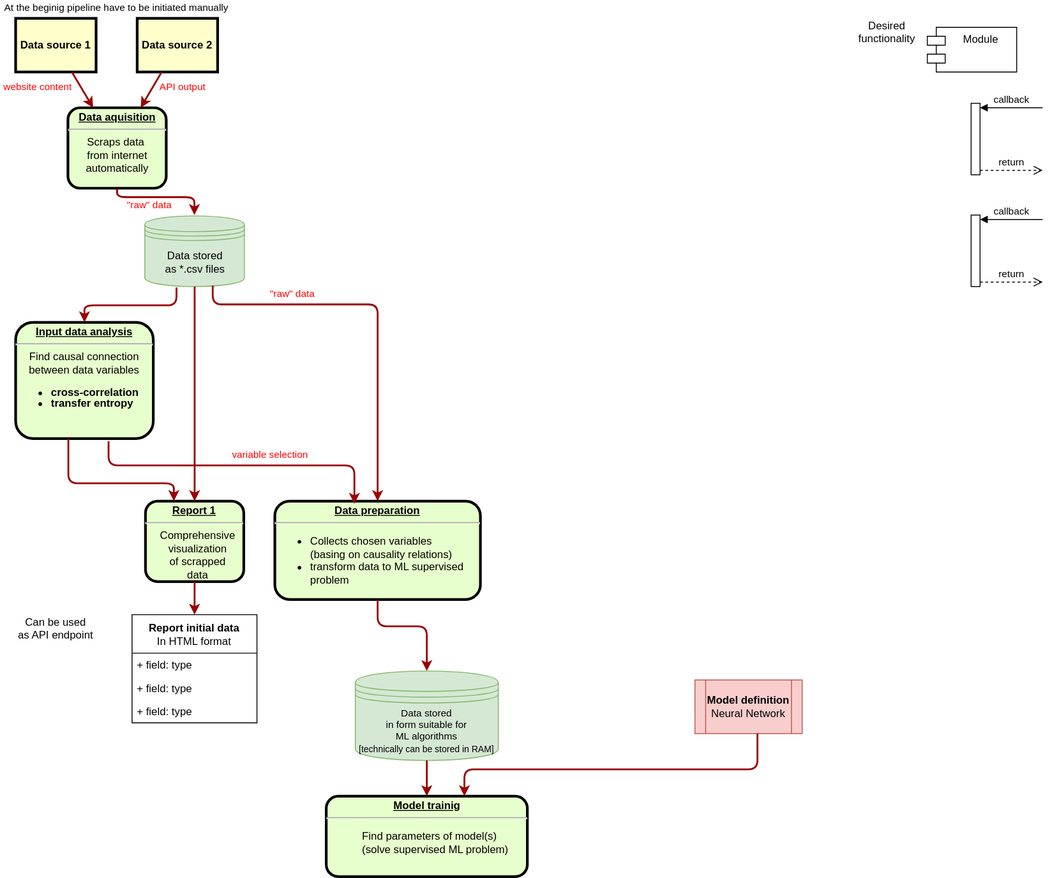
Above: readme/Kopia Diagram bez tytułu.drawio.svg in KKobuszewski/aluminium-prediction (draw.io), before the change. Source tidied: cells renumbered, new cells last; positions are measured from the earlier drawing's top-left corner, leaving out a move shared by most shapes.
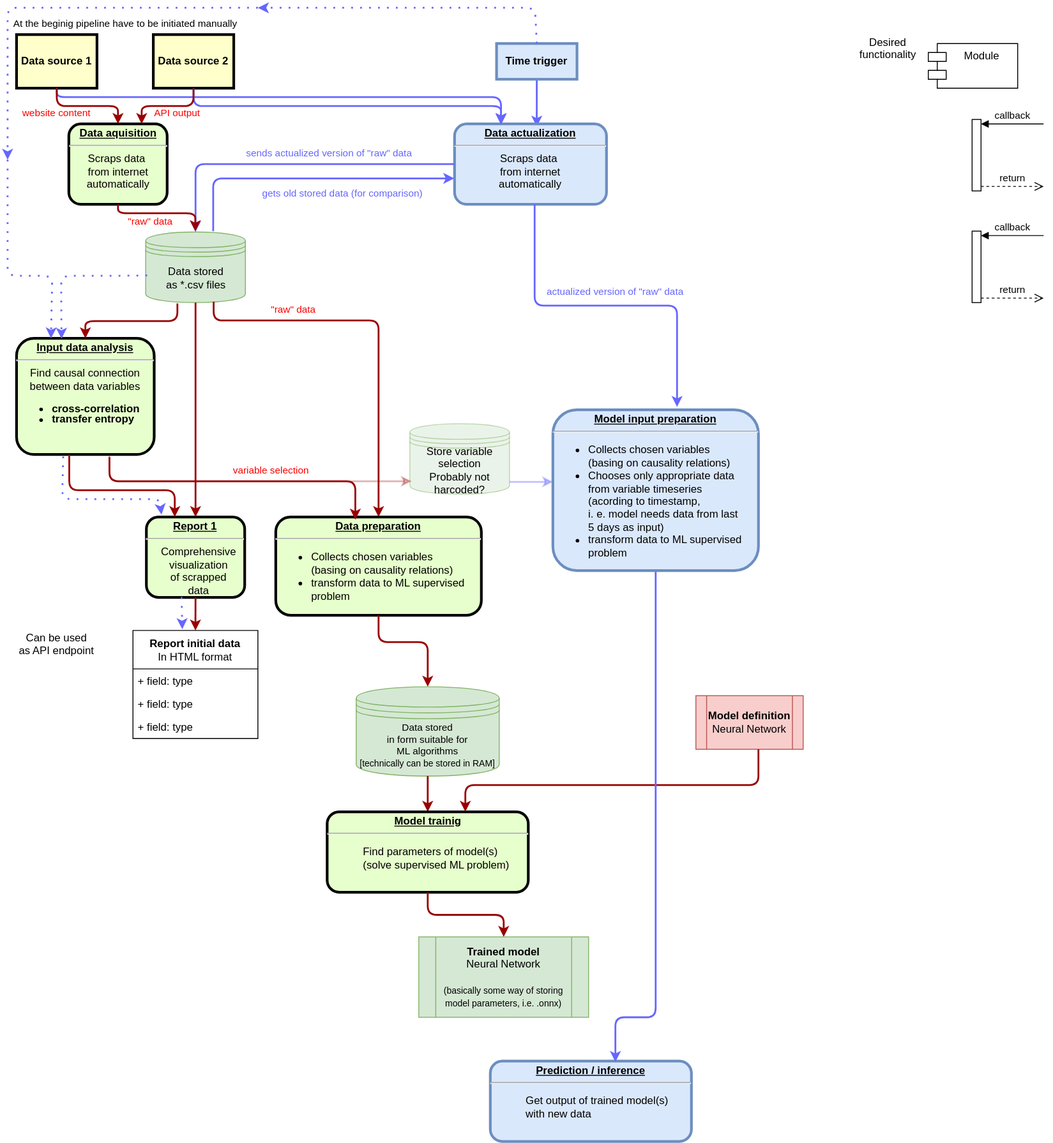
After the commit.

What changed in the source:
```diff
@@ -6,7 +6,7 @@
       <mxGeometry x="75.5" y="120" width="110" height="90" as="geometry" />
     </mxCell>
     <mxCell id="3" value="Data source 2" style="whiteSpace=wrap;align=center;verticalAlign=middle;fontStyle=1;strokeWidth=3;fillColor=#FFFFCC;" parent="1" vertex="1">
-      <mxGeometry x="153" y="20" width="90" height="60" as="geometry" />
+      <mxGeometry x="170" y="20" width="90" height="60" as="geometry" />
     </mxCell>
     <mxCell id="4" value="Data source 1" style="whiteSpace=wrap;align=center;verticalAlign=middle;fontStyle=1;strokeWidth=3;fillColor=#FFFFCC;" parent="1" vertex="1">
       <mxGeometry x="17" y="20" width="90" height="60" as="geometry" />
@@ -14,26 +14,15 @@
     <mxCell id="5" value="&lt;p style=&quot;margin: 0px; margin-top: 4px; text-align: center; text-decoration: underline;&quot;&gt;&lt;strong&gt;Report 1&lt;br&gt;&lt;/strong&gt;&lt;/p&gt;&lt;hr&gt;&lt;p style=&quot;margin: 0px; margin-left: 8px;&quot;&gt;&lt;span style=&quot;font-weight: normal;&quot;&gt;Comprehensive&lt;/span&gt;&lt;/p&gt;&lt;p style=&quot;margin: 0px; margin-left: 8px;&quot;&gt;&lt;span style=&quot;font-weight: normal;&quot;&gt;visualization&lt;/span&gt;&lt;/p&gt;&lt;p style=&quot;margin: 0px; margin-left: 8px;&quot;&gt;&lt;span style=&quot;font-weight: normal;&quot;&gt;of scrapped&lt;/span&gt;&lt;/p&gt;&lt;p style=&quot;margin: 0px; margin-left: 8px;&quot;&gt;&lt;span style=&quot;font-weight: normal;&quot;&gt;data&lt;/span&gt;&lt;br&gt;&lt;/p&gt;" style="verticalAlign=middle;align=center;overflow=fill;fontSize=12;fontFamily=Helvetica;html=1;rounded=1;fontStyle=1;strokeWidth=3;fillColor=#E6FFCC;" parent="1" vertex="1">
       <mxGeometry x="162.2" y="560" width="110" height="90" as="geometry" />
     </mxCell>
-    <mxCell id="6" style="edgeStyle=none;noEdgeStyle=1;strokeColor=#990000;strokeWidth=2;" parent="1" edge="1" source="3" target="2">
+    <mxCell id="6" style="edgeStyle=none;noEdgeStyle=1;strokeColor=#6666FF;strokeWidth=2;entryX=0.541;entryY=0.033;entryDx=0;entryDy=0;entryPerimeter=0;exitX=0.5;exitY=1;exitDx=0;exitDy=0;" parent="1" edge="1" source="50" target="47">
       <mxGeometry relative="1" as="geometry" />
     </mxCell>
-    <mxCell id="7" style="edgeStyle=none;noEdgeStyle=1;strokeColor=#990000;strokeWidth=2;" parent="1" edge="1" source="4" target="2">
-      <mxGeometry relative="1" as="geometry" />
-    </mxCell>
     <mxCell id="8" value="Desired &#10;functionality" style="text;spacingTop=-5;align=center;" parent="1" vertex="1">
       <mxGeometry x="977" y="20" width="30" height="20" as="geometry" />
     </mxCell>
     <mxCell id="9" value="At the beginig pipeline have to be initiated manually" style="text;spacingTop=-5;align=center;fontSize=11;" parent="1" vertex="1">
-      <mxGeometry width="260" height="20" as="geometry" />
+      <mxGeometry x="9" width="260" height="20" as="geometry" />
     </mxCell>
-    <mxCell id="10" style="edgeStyle=elbowEdgeStyle;elbow=vertical;strokeColor=#990000;strokeWidth=2;exitX=0.5;exitY=1;exitDx=0;exitDy=0;" parent="1" edge="1" source="2">
-      <mxGeometry relative="1" as="geometry">
-        <mxPoint x="217" y="240" as="targetPoint" />
-        <Array as="points">
-          <mxPoint x="177" y="220" />
-        </Array>
-      </mxGeometry>
-    </mxCell>
     <mxCell id="11" value="Module" style="shape=module;align=left;spacingLeft=20;align=center;verticalAlign=top;whiteSpace=wrap;html=1;" parent="1" vertex="1">
       <mxGeometry x="1037" y="30" width="100" height="50" as="geometry" />
     </mxCell>
@@ -127,7 +116,7 @@
       <mxGeometry relative="1" as="geometry">
         <mxPoint x="194" y="560" as="targetPoint" />
         <Array as="points">
-          <mxPoint x="137" y="540" />
+          <mxPoint x="137" y="530" />
         </Array>
       </mxGeometry>
     </mxCell>
@@ -164,10 +153,147 @@
       <mxGeometry x="127" y="221" width="80" height="20" as="geometry" />
     </mxCell>
     <mxCell id="41" value="website content" style="text;spacingTop=-5;align=center;fontSize=11;fontColor=#FF0000;" parent="1" vertex="1">
-      <mxGeometry x="2" y="89" width="80" height="20" as="geometry" />
+      <mxGeometry x="22" y="100" width="80" height="20" as="geometry" />
     </mxCell>
     <mxCell id="42" value="API output" style="text;spacingTop=-5;align=center;fontSize=11;fontColor=#FF0000;" parent="1" vertex="1">
-      <mxGeometry x="164.1" y="89" width="80" height="20" as="geometry" />
+      <mxGeometry x="157" y="100" width="80" height="20" as="geometry" />
     </mxCell>
+    <mxCell id="43" value="&lt;div&gt;&lt;b&gt;Trained model&lt;/b&gt;&lt;br&gt;&lt;/div&gt;&lt;div&gt;Neural Network&lt;/div&gt;&lt;div&gt;&lt;br&gt;&lt;/div&gt;&lt;div&gt;&lt;font style=&quot;font-size: 10px;&quot;&gt;(basically some way of storing model parameters, i.e. .onnx)&lt;/font&gt;&lt;br&gt;&lt;/div&gt;" style="shape=process;whiteSpace=wrap;html=1;backgroundOutline=1;fillColor=#d5e8d4;strokeColor=#82b366;" parent="1" vertex="1">
+      <mxGeometry x="467" y="1030" width="190" height="90" as="geometry" />
+    </mxCell>
+    <mxCell id="44" style="edgeStyle=elbowEdgeStyle;elbow=vertical;strokeColor=#990000;strokeWidth=2;entryX=0.5;entryY=0;entryDx=0;entryDy=0;exitX=0.5;exitY=1;exitDx=0;exitDy=0;" parent="1" edge="1" source="35" target="43">
+      <mxGeometry relative="1" as="geometry" />
+    </mxCell>
+    <mxCell id="45" value="&lt;p style=&quot;margin: 0px; margin-top: 4px; text-align: center; text-decoration: underline;&quot;&gt;&lt;strong&gt;Prediction / inference&lt;br&gt;&lt;/strong&gt;&lt;/p&gt;&lt;hr&gt;&lt;blockquote&gt;&lt;div align=&quot;left&quot;&gt;&lt;span style=&quot;font-weight: normal;&quot;&gt;Get output of trained model(s)&lt;/span&gt;&lt;/div&gt;&lt;div align=&quot;left&quot;&gt;&lt;span style=&quot;font-weight: normal;&quot;&gt;with new data&lt;br&gt;&lt;/span&gt;&lt;/div&gt;&lt;/blockquote&gt;" style="verticalAlign=middle;align=center;overflow=fill;fontSize=12;fontFamily=Helvetica;html=1;rounded=1;fontStyle=1;strokeWidth=3;fillColor=#dae8fc;strokeColor=#6c8ebf;" parent="1" vertex="1">
+      <mxGeometry x="547" y="1169" width="225" height="90" as="geometry" />
+    </mxCell>
+    <mxCell id="46" style="edgeStyle=elbowEdgeStyle;elbow=vertical;strokeColor=#6666FF;strokeWidth=2;entryX=0.622;entryY=0.011;entryDx=0;entryDy=0;entryPerimeter=0;exitX=0.5;exitY=1;exitDx=0;exitDy=0;" parent="1" edge="1" source="60" target="45">
+      <mxGeometry relative="1" as="geometry">
+        <Array as="points">
+          <mxPoint x="717" y="1120" />
+        </Array>
+      </mxGeometry>
+    </mxCell>
+    <mxCell id="47" value="&lt;p style=&quot;margin: 0px; margin-top: 4px; text-align: center; text-decoration: underline;&quot;&gt;&lt;strong&gt;Data actualization&lt;br&gt;&lt;/strong&gt;&lt;/p&gt;&lt;hr&gt;&lt;div&gt;&lt;span style=&quot;font-weight: normal;&quot;&gt;Scraps data&amp;nbsp;&lt;/span&gt;&lt;/div&gt;&lt;div&gt;&lt;span style=&quot;font-weight: normal;&quot;&gt;from internet&lt;/span&gt;&lt;/div&gt;&lt;div&gt;&lt;span style=&quot;font-weight: normal;&quot;&gt;automatically&lt;/span&gt;&lt;/div&gt;" style="verticalAlign=middle;align=center;overflow=fill;fontSize=12;fontFamily=Helvetica;html=1;rounded=1;fontStyle=1;strokeWidth=3;fillColor=#dae8fc;strokeColor=#6c8ebf;" parent="1" vertex="1">
+      <mxGeometry x="507" y="120" width="170" height="90" as="geometry" />
+    </mxCell>
+    <mxCell id="48" style="edgeStyle=elbowEdgeStyle;elbow=vertical;strokeColor=#6666FF;strokeWidth=2;entryX=0.306;entryY=0.011;entryDx=0;entryDy=0;exitX=0.5;exitY=1;exitDx=0;exitDy=0;entryPerimeter=0;" parent="1" edge="1" source="4" target="47">
+      <mxGeometry relative="1" as="geometry">
+        <Array as="points">
+          <mxPoint x="327" y="90" />
+        </Array>
+      </mxGeometry>
+    </mxCell>
+    <mxCell id="49" style="edgeStyle=elbowEdgeStyle;elbow=vertical;strokeColor=#6666FF;strokeWidth=2;exitX=0.5;exitY=1;exitDx=0;exitDy=0;entryX=0.306;entryY=0;entryDx=0;entryDy=0;entryPerimeter=0;" parent="1" edge="1" source="3" target="47">
+      <mxGeometry relative="1" as="geometry" />
+    </mxCell>
+    <mxCell id="50" value="Time trigger" style="whiteSpace=wrap;align=center;verticalAlign=middle;fontStyle=1;strokeWidth=3;fillColor=#dae8fc;strokeColor=#6c8ebf;" parent="1" vertex="1">
+      <mxGeometry x="554" y="30" width="90" height="40" as="geometry" />
+    </mxCell>
+    <mxCell id="51" style="edgeStyle=elbowEdgeStyle;elbow=vertical;strokeColor=#6666FF;strokeWidth=2;exitX=0;exitY=0.5;exitDx=0;exitDy=0;entryX=0.5;entryY=0;entryDx=0;entryDy=0;" parent="1" edge="1" source="47" target="15">
+      <mxGeometry relative="1" as="geometry">
+        <Array as="points">
+          <mxPoint x="397" y="165" />
+        </Array>
+      </mxGeometry>
+    </mxCell>
+    <mxCell id="52" style="edgeStyle=elbowEdgeStyle;elbow=vertical;strokeColor=#6666FF;strokeWidth=2;entryX=-0.002;entryY=0.67;entryDx=0;entryDy=0;entryPerimeter=0;" parent="1" edge="1" target="47">
+      <mxGeometry relative="1" as="geometry">
+        <mxPoint x="237" y="240" as="sourcePoint" />
+        <Array as="points">
+          <mxPoint x="337" y="181" />
+        </Array>
+      </mxGeometry>
+    </mxCell>
+    <mxCell id="10" style="edgeStyle=elbowEdgeStyle;elbow=vertical;strokeColor=#990000;strokeWidth=2;exitX=0.5;exitY=1;exitDx=0;exitDy=0;" parent="1" edge="1" source="2">
+      <mxGeometry relative="1" as="geometry">
+        <mxPoint x="217" y="240" as="targetPoint" />
+        <Array as="points">
+          <mxPoint x="177" y="220" />
+        </Array>
+      </mxGeometry>
+    </mxCell>
+    <mxCell id="7" style="edgeStyle=elbowEdgeStyle;elbow=vertical;strokeColor=#990000;strokeWidth=2;exitX=0.5;exitY=1;exitDx=0;exitDy=0;entryX=0.5;entryY=0;entryDx=0;entryDy=0;" parent="1" edge="1" source="4" target="2">
+      <mxGeometry relative="1" as="geometry" />
+    </mxCell>
+    <mxCell id="53" style="edgeStyle=elbowEdgeStyle;elbow=vertical;strokeColor=#990000;strokeWidth=2;exitX=0.5;exitY=1;exitDx=0;exitDy=0;" parent="1" edge="1" source="3">
+      <mxGeometry relative="1" as="geometry">
+        <mxPoint x="157" y="120" as="targetPoint" />
+      </mxGeometry>
+    </mxCell>
+    <mxCell id="54" value="gets old stored data (for comparison)" style="text;spacingTop=-5;align=center;fontSize=11;fontColor=#6666FF;" parent="1" vertex="1">
+      <mxGeometry x="287" y="190" width="190" height="20" as="geometry" />
+    </mxCell>
+    <mxCell id="55" value="sends actualized version of &quot;raw&quot; data" style="text;spacingTop=-5;align=center;fontSize=11;fontColor=#6666FF;" parent="1" vertex="1">
+      <mxGeometry x="217" y="145" width="300" height="20" as="geometry" />
+    </mxCell>
+    <mxCell id="56" style="edgeStyle=none;noEdgeStyle=1;strokeColor=#6666FF;strokeWidth=2;exitX=0.5;exitY=0;exitDx=0;exitDy=0;dashed=1;dashPattern=1 4;" parent="1" edge="1" source="50">
+      <mxGeometry relative="1" as="geometry">
+        <mxPoint x="287" y="-10" as="targetPoint" />
+        <Array as="points">
+          <mxPoint x="597" y="-10" />
+        </Array>
+      </mxGeometry>
+    </mxCell>
+    <mxCell id="57" style="edgeStyle=none;noEdgeStyle=1;strokeColor=#6666FF;strokeWidth=2;dashed=1;dashPattern=1 4;" parent="1" edge="1">
+      <mxGeometry relative="1" as="geometry">
+        <mxPoint x="287" y="-10" as="sourcePoint" />
+        <mxPoint x="7" y="160" as="targetPoint" />
+        <Array as="points">
+          <mxPoint x="7" y="-10" />
+        </Array>
+      </mxGeometry>
+    </mxCell>
+    <mxCell id="58" style="edgeStyle=none;noEdgeStyle=1;strokeColor=#6666FF;strokeWidth=2;entryX=0.25;entryY=0;entryDx=0;entryDy=0;dashed=1;dashPattern=1 4;" parent="1" edge="1" target="29">
+      <mxGeometry relative="1" as="geometry">
+        <mxPoint x="7" y="160" as="sourcePoint" />
+        <Array as="points">
+          <mxPoint x="7" y="290" />
+          <mxPoint x="57" y="290" />
+        </Array>
+      </mxGeometry>
+    </mxCell>
+    <mxCell id="59" style="edgeStyle=none;noEdgeStyle=1;strokeColor=#6666FF;strokeWidth=2;dashed=1;dashPattern=1 4;entryX=0.327;entryY=0.004;entryDx=0;entryDy=0;entryPerimeter=0;exitX=0.015;exitY=0.616;exitDx=0;exitDy=0;exitPerimeter=0;" parent="1" edge="1" source="15" target="29">
+      <mxGeometry relative="1" as="geometry">
+        <Array as="points">
+          <mxPoint x="127" y="290" />
+          <mxPoint x="67" y="290" />
+          <mxPoint x="67" y="320" />
+        </Array>
+      </mxGeometry>
+    </mxCell>
+    <mxCell id="60" value="&lt;p style=&quot;margin: 0px; margin-top: 4px; text-align: center; text-decoration: underline;&quot;&gt;&lt;strong&gt;Model input preparation&lt;br&gt;&lt;/strong&gt;&lt;/p&gt;&lt;hr&gt;&lt;div align=&quot;left&quot;&gt;&lt;ul&gt;&lt;li&gt;&lt;span style=&quot;font-weight: normal;&quot;&gt;Collects chosen variables&lt;br&gt;(basing on causality relations)&lt;/span&gt;&lt;/li&gt;&lt;li&gt;&lt;span style=&quot;font-weight: normal;&quot;&gt;Chooses only appropriate data&lt;br&gt;from variable timeseries&lt;br&gt;(acording to timestamp,&lt;br&gt;i. e. model needs data from last&lt;br&gt;5 days as input)&lt;br&gt;&lt;/span&gt;&lt;/li&gt;&lt;li&gt;&lt;span style=&quot;font-weight: normal;&quot;&gt;transform data to ML supervised&lt;br&gt;problem&lt;/span&gt;&lt;/li&gt;&lt;/ul&gt;&lt;/div&gt;&lt;div&gt;&lt;span style=&quot;font-weight: normal;&quot;&gt;&lt;br&gt;&lt;/span&gt; &lt;/div&gt;" style="verticalAlign=middle;align=center;overflow=fill;fontSize=12;fontFamily=Helvetica;html=1;rounded=1;fontStyle=1;strokeWidth=3;fillColor=#dae8fc;strokeColor=#6c8ebf;" parent="1" vertex="1">
+      <mxGeometry x="617" y="440" width="230" height="180" as="geometry" />
+    </mxCell>
+    <mxCell id="61" style="edgeStyle=none;noEdgeStyle=1;strokeColor=#6666FF;strokeWidth=2;dashed=1;dashPattern=1 4;entryX=0.154;entryY=-0.031;entryDx=0;entryDy=0;entryPerimeter=0;exitX=0.339;exitY=1.017;exitDx=0;exitDy=0;exitPerimeter=0;" parent="1" edge="1" source="29" target="5">
+      <mxGeometry relative="1" as="geometry">
+        <Array as="points">
+          <mxPoint x="68" y="540" />
+          <mxPoint x="177" y="540" />
+        </Array>
+      </mxGeometry>
+    </mxCell>
+    <mxCell id="62" style="edgeStyle=none;noEdgeStyle=1;strokeColor=#6666FF;strokeWidth=2;dashed=1;dashPattern=1 4;entryX=0.395;entryY=-0.012;entryDx=0;entryDy=0;entryPerimeter=0;exitX=0.358;exitY=0.996;exitDx=0;exitDy=0;exitPerimeter=0;" parent="1" edge="1" source="5" target="18">
+      <mxGeometry relative="1" as="geometry" />
+    </mxCell>
+    <mxCell id="63" value="Store variable selection&lt;br&gt;Probably not harcoded?" style="shape=datastore;whiteSpace=wrap;html=1;fillColor=#d5e8d4;strokeColor=#82b366;opacity=50;" parent="1" vertex="1">
+      <mxGeometry x="457" y="455.5" width="111.5" height="79" as="geometry" />
+    </mxCell>
+    <mxCell id="64" style="edgeStyle=elbowEdgeStyle;elbow=vertical;strokeColor=#990000;strokeWidth=2;exitX=0.674;exitY=0.997;exitDx=0;exitDy=0;exitPerimeter=0;entryX=0.019;entryY=0.823;entryDx=0;entryDy=0;entryPerimeter=0;opacity=30;" parent="1" edge="1" source="29" target="63">
+      <mxGeometry relative="1" as="geometry">
+        <Array as="points">
+          <mxPoint x="267" y="520" />
+        </Array>
+      </mxGeometry>
+    </mxCell>
+    <mxCell id="65" style="edgeStyle=elbowEdgeStyle;elbow=vertical;strokeColor=#6666FF;strokeWidth=2;exitX=0.527;exitY=1;exitDx=0;exitDy=0;entryX=0.604;entryY=-0.018;entryDx=0;entryDy=0;entryPerimeter=0;exitPerimeter=0;" parent="1" edge="1" source="47" target="60">
+      <mxGeometry relative="1" as="geometry" />
+    </mxCell>
+    <mxCell id="66" value="actualized version of &quot;raw&quot; data" style="text;spacingTop=-5;align=center;fontSize=11;fontColor=#6666FF;" parent="1" vertex="1">
+      <mxGeometry x="537" y="300" width="300" height="20" as="geometry" />
+    </mxCell>
+    <mxCell id="67" style="edgeStyle=none;noEdgeStyle=1;strokeColor=#6666FF;strokeWidth=2;entryX=0.001;entryY=0.448;entryDx=0;entryDy=0;entryPerimeter=0;exitX=1.001;exitY=0.825;exitDx=0;exitDy=0;exitPerimeter=0;opacity=40;" parent="1" edge="1" source="63" target="60">
+      <mxGeometry relative="1" as="geometry" />
+    </mxCell>
   </root>
 </mxGraphModel>
```
